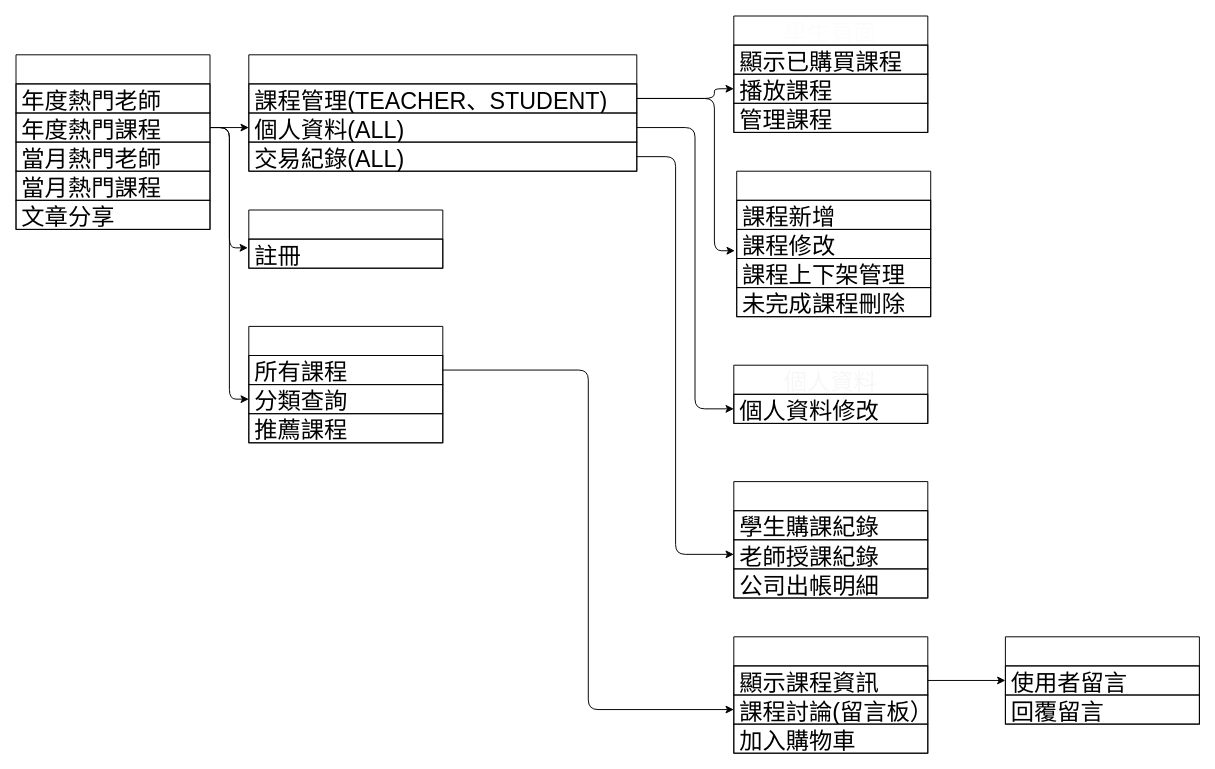
Earlier version of the draw.io diagram manual/architecture/總架構圖.drawio (IIIEDUG02/SpecialTopic). Source tidied: cells renumbered, new cells numbered last; positions are measured from the earlier drawing's top-left corner, leaving out a move shared by most shapes. Both pictures are drawn from the tidied source at 97%, with x=0, y=0 at pixel (16, 16).
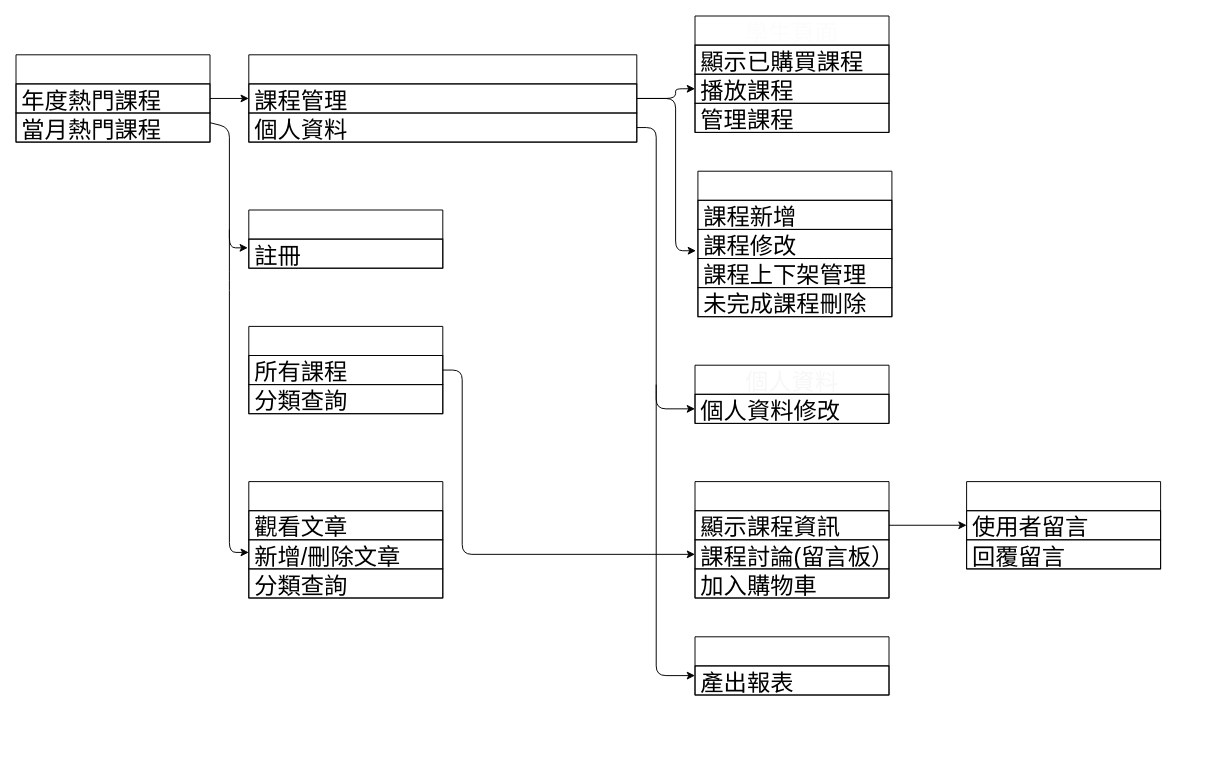
The same page after the edit.

Commit message (it also covers changes not shown here):
修改總架構圖

The change refers to these unchanged cells:
```xml
<mxCell id="10" value="課程修改" style="text;align=left;verticalAlign=middle;spacingLeft=4;spacingRight=4;overflow=hidden;points=[[0,0.5],[1,0.5]];portConstraint=eastwest;fontSize=24;strokeColor=#030303;fontColor=#000000;" parent="8" vertex="1">
  <mxGeometry y="60" width="200" height="30" as="geometry" />
</mxCell>
<mxCell id="15" value="播放課程" style="text;align=left;verticalAlign=middle;spacingLeft=4;spacingRight=4;overflow=hidden;points=[[0,0.5],[1,0.5]];portConstraint=eastwest;fontSize=24;strokeColor=#030303;fontColor=#000000;" parent="13" vertex="1">
  <mxGeometry y="60" width="200" height="30" as="geometry" />
</mxCell>
<mxCell id="22" value="所有課程" style="text;align=left;verticalAlign=middle;spacingLeft=4;spacingRight=4;overflow=hidden;points=[[0,0.5],[1,0.5]];portConstraint=eastwest;fontSize=24;strokeColor=#030303;fontColor=#000000;" parent="21" vertex="1">
  <mxGeometry y="30" width="200" height="30" as="geometry" />
</mxCell>
<mxCell id="23" value="分類查詢" style="text;align=left;verticalAlign=middle;spacingLeft=4;spacingRight=4;overflow=hidden;points=[[0,0.5],[1,0.5]];portConstraint=eastwest;fontSize=24;strokeColor=#030303;fontColor=#000000;" parent="21" vertex="1">
  <mxGeometry y="60" width="200" height="30" as="geometry" />
</mxCell>
<mxCell id="26" value="註冊" style="text;align=left;verticalAlign=middle;spacingLeft=4;spacingRight=4;overflow=hidden;points=[[0,0.5],[1,0.5]];portConstraint=eastwest;fontSize=24;strokeColor=#030303;fontColor=#000000;" parent="25" vertex="1">
  <mxGeometry y="30" width="200" height="30" as="geometry" />
</mxCell>
<mxCell id="28" value="個人資料修改" style="text;align=left;verticalAlign=middle;spacingLeft=4;spacingRight=4;overflow=hidden;points=[[0,0.5],[1,0.5]];portConstraint=eastwest;fontSize=24;strokeColor=#030303;fontColor=#000000;" parent="27" vertex="1">
  <mxGeometry y="30" width="200" height="30" as="geometry" />
</mxCell>
<mxCell id="39" value="課程討論(留言板）" style="text;align=left;verticalAlign=middle;spacingLeft=4;spacingRight=4;overflow=hidden;points=[[0,0.5],[1,0.5]];portConstraint=eastwest;fontSize=24;strokeColor=#030303;fontColor=#000000;" parent="37" vertex="1">
  <mxGeometry y="60" width="200" height="30" as="geometry" />
</mxCell>
```

Change to the diagram source:
```diff
@@
     <mxCell id="2" value="首頁" style="swimlane;fontStyle=0;horizontal=1;startSize=30;fontSize=24;strokeColor=#030303;fontColor=#FFFFFF;" parent="1" vertex="1">
-      <mxGeometry y="40" width="200" height="180" as="geometry" />
+      <mxGeometry y="40" width="200" height="90" as="geometry" />
     </mxCell>
-    <mxCell id="3" value="年度熱門老師" style="text;align=left;verticalAlign=middle;spacingLeft=4;spacingRight=4;overflow=hidden;fontSize=24;strokeColor=#030303;fontColor=#000000;" parent="2" vertex="1">
-      <mxGeometry y="30" width="200" height="30" as="geometry" />
-    </mxCell>
     <mxCell id="4" value="年度熱門課程" style="text;align=left;verticalAlign=middle;spacingLeft=4;spacingRight=4;overflow=hidden;points=[[0,0.5],[1,0.5]];portConstraint=eastwest;fontSize=24;strokeColor=#030303;fontColor=#000000;" parent="2" vertex="1">
-      <mxGeometry y="60" width="200" height="30" as="geometry" />
+      <mxGeometry y="30" width="200" height="30" as="geometry" />
     </mxCell>
-    <mxCell id="5" value="當月熱門老師" style="text;align=left;verticalAlign=middle;spacingLeft=4;spacingRight=4;overflow=hidden;fontSize=24;strokeColor=#030303;fontColor=#000000;" parent="2" vertex="1">
-      <mxGeometry y="90" width="200" height="30" as="geometry" />
-    </mxCell>
     <mxCell id="6" value="當月熱門課程" style="text;align=left;verticalAlign=middle;spacingLeft=4;spacingRight=4;overflow=hidden;fontSize=24;strokeColor=#030303;fontColor=#000000;" parent="2" vertex="1">
-      <mxGeometry y="120" width="200" height="30" as="geometry" />
+      <mxGeometry y="60" width="200" height="30" as="geometry" />
     </mxCell>
-    <mxCell id="7" value="文章分享" style="text;align=left;verticalAlign=middle;spacingLeft=4;spacingRight=4;overflow=hidden;fontSize=24;strokeColor=#030303;fontColor=#000000;" parent="2" vertex="1">
-      <mxGeometry y="150" width="200" height="30" as="geometry" />
-    </mxCell>
     <mxCell id="8" value="課程管理頁面" style="swimlane;fontStyle=0;horizontal=1;startSize=30;fontSize=24;strokeColor=#030303;fontColor=#FFFFFF;" parent="1" vertex="1">
-      <mxGeometry x="743" y="160" width="200" height="150" as="geometry" />
+      <mxGeometry x="703" y="160" width="200" height="150" as="geometry" />
     </mxCell>
@@
     <mxCell id="13" value="學生頁面" style="swimlane;fontStyle=0;horizontal=1;startSize=30;fontSize=24;strokeColor=#030303;fontColor=#FCFCFC;" parent="1" vertex="1">
-      <mxGeometry x="740" width="200" height="120" as="geometry" />
+      <mxGeometry x="700" width="200" height="120" as="geometry" />
     </mxCell>
@@
-    <mxCell id="17" value="交易紀錄" style="swimlane;fontStyle=0;horizontal=1;startSize=30;fontSize=24;strokeColor=#030303;fontColor=#FFFFFF;" parent="1" vertex="1">
-      <mxGeometry x="740" y="480" width="200" height="120" as="geometry" />
-    </mxCell>
-    <mxCell id="18" value="學生購課紀錄" style="text;align=left;verticalAlign=middle;spacingLeft=4;spacingRight=4;overflow=hidden;fontSize=24;strokeColor=#030303;fontColor=#000000;" parent="17" vertex="1">
-      <mxGeometry y="30" width="200" height="30" as="geometry" />
-    </mxCell>
-    <mxCell id="19" value="老師授課紀錄" style="text;align=left;verticalAlign=middle;spacingLeft=4;spacingRight=4;overflow=hidden;points=[[0,0.5],[1,0.5]];portConstraint=eastwest;fontSize=24;strokeColor=#030303;fontColor=#000000;" parent="17" vertex="1">
-      <mxGeometry y="60" width="200" height="30" as="geometry" />
-    </mxCell>
-    <mxCell id="20" value="公司出帳明細" style="text;align=left;verticalAlign=middle;spacingLeft=4;spacingRight=4;overflow=hidden;fontSize=24;strokeColor=#030303;fontColor=#000000;" parent="17" vertex="1">
-      <mxGeometry y="90" width="200" height="30" as="geometry" />
-    </mxCell>
     <mxCell id="21" value="課程瀏覽" style="swimlane;fontStyle=0;horizontal=1;startSize=30;fontSize=24;strokeColor=#030303;fontColor=#FFFFFF;" parent="1" vertex="1">
-      <mxGeometry x="240" y="320" width="200" height="120" as="geometry" />
+      <mxGeometry x="240" y="320" width="200" height="90" as="geometry" />
     </mxCell>
@@
-    <mxCell id="24" value="推薦課程" style="text;align=left;verticalAlign=middle;spacingLeft=4;spacingRight=4;overflow=hidden;fontSize=24;strokeColor=#030303;fontColor=#000000;" parent="21" vertex="1">
-      <mxGeometry y="90" width="200" height="30" as="geometry" />
-    </mxCell>
@@
     <mxCell id="27" value="個人資料" style="swimlane;fontStyle=0;horizontal=1;startSize=30;fontSize=24;strokeColor=#030303;fontColor=#F7F7F7;labelBackgroundColor=none;labelBorderColor=none;" parent="1" vertex="1">
-      <mxGeometry x="740" y="360" width="200" height="60" as="geometry" />
+      <mxGeometry x="700" y="360" width="200" height="60" as="geometry" />
     </mxCell>
@@
     <mxCell id="29" value="後台" style="swimlane;fontStyle=0;horizontal=1;startSize=30;fontSize=24;strokeColor=#030303;fontColor=#FFFFFF;" parent="1" vertex="1">
-      <mxGeometry x="240" y="40" width="400" height="120" as="geometry" />
+      <mxGeometry x="240" y="40" width="400" height="90" as="geometry" />
     </mxCell>
-    <mxCell id="30" value="課程管理(TEACHER、STUDENT)" style="text;align=left;verticalAlign=middle;spacingLeft=4;spacingRight=4;overflow=hidden;points=[[0,0.5],[1,0.5]];portConstraint=eastwest;fontSize=24;strokeColor=#030303;fontColor=#000000;" parent="29" vertex="1">
+    <mxCell id="30" value="課程管理" style="text;align=left;verticalAlign=middle;spacingLeft=4;spacingRight=4;overflow=hidden;points=[[0,0.5],[1,0.5]];portConstraint=eastwest;fontSize=24;strokeColor=#030303;fontColor=#000000;" parent="29" vertex="1">
       <mxGeometry y="30" width="400" height="30" as="geometry" />
     </mxCell>
-    <mxCell id="31" value="個人資料(ALL)" style="text;align=left;verticalAlign=middle;spacingLeft=4;spacingRight=4;overflow=hidden;points=[[0,0.5],[1,0.5]];portConstraint=eastwest;fontSize=24;strokeColor=#030303;fontColor=#000000;" parent="29" vertex="1">
+    <mxCell id="31" value="個人資料" style="text;align=left;verticalAlign=middle;spacingLeft=4;spacingRight=4;overflow=hidden;points=[[0,0.5],[1,0.5]];portConstraint=eastwest;fontSize=24;strokeColor=#030303;fontColor=#000000;" parent="29" vertex="1">
       <mxGeometry y="60" width="400" height="30" as="geometry" />
     </mxCell>
-    <mxCell id="32" value="交易紀錄(ALL)" style="text;align=left;verticalAlign=middle;spacingLeft=4;spacingRight=4;overflow=hidden;points=[[0,0.5],[1,0.5]];portConstraint=eastwest;fontSize=24;strokeColor=#030303;fontColor=#000000;" parent="29" vertex="1">
-      <mxGeometry y="90" width="400" height="30" as="geometry" />
-    </mxCell>
-    <mxCell id="33" style="edgeStyle=orthogonalEdgeStyle;jettySize=auto;html=1;entryX=0;entryY=0.5;entryDx=0;entryDy=0;fontSize=24;labelBackgroundColor=#EEEEEE;fontColor=#000000;strokeColor=#030303;" parent="1" edge="1" source="32" target="19">
-      <mxGeometry relative="1" as="geometry">
-        <Array as="points">
-          <mxPoint x="680" y="145" />
-          <mxPoint x="680" y="555" />
-        </Array>
-      </mxGeometry>
-    </mxCell>
     <mxCell id="34" style="edgeStyle=orthogonalEdgeStyle;jettySize=auto;html=1;entryX=0;entryY=0.5;entryDx=0;entryDy=0;fontSize=24;labelBackgroundColor=#EEEEEE;fontColor=#000000;strokeColor=#030303;" parent="1" edge="1" source="31" target="28">
       <mxGeometry relative="1" as="geometry">
         <Array as="points">
-          <mxPoint x="700" y="115" />
-          <mxPoint x="700" y="405" />
+          <mxPoint x="660" y="115" />
+          <mxPoint x="660" y="405" />
         </Array>
       </mxGeometry>
     </mxCell>
     <mxCell id="35" style="edgeStyle=orthogonalEdgeStyle;jettySize=auto;html=1;entryX=0;entryY=0.5;entryDx=0;entryDy=0;fontSize=24;labelBackgroundColor=#EEEEEE;fontColor=#000000;strokeColor=#030303;" parent="1" edge="1" source="30" target="15">
       <mxGeometry relative="1" as="geometry">
         <Array as="points">
-          <mxPoint x="720" y="85" />
-          <mxPoint x="720" y="75" />
+          <mxPoint x="680" y="85" />
+          <mxPoint x="680" y="75" />
         </Array>
       </mxGeometry>
     </mxCell>
     <mxCell id="36" style="edgeStyle=orthogonalEdgeStyle;jettySize=auto;html=1;entryX=-0.01;entryY=0.733;entryDx=0;entryDy=0;entryPerimeter=0;fontSize=24;labelBackgroundColor=#EEEEEE;fontColor=#000000;strokeColor=#030303;" parent="1" edge="1" source="30" target="10">
       <mxGeometry relative="1" as="geometry">
         <Array as="points">
-          <mxPoint x="720" y="85" />
-          <mxPoint x="720" y="242" />
+          <mxPoint x="680" y="85" />
+          <mxPoint x="680" y="242" />
         </Array>
       </mxGeometry>
     </mxCell>
     <mxCell id="37" value="單一課程的頁面" style="swimlane;fontStyle=0;horizontal=1;startSize=30;fontSize=24;strokeColor=#030303;fontColor=#FFFFFF;" parent="1" vertex="1">
-      <mxGeometry x="740" y="640" width="200" height="120" as="geometry" />
+      <mxGeometry x="700" y="480" width="200" height="120" as="geometry" />
     </mxCell>
@@
     <mxCell id="41" style="edgeStyle=orthogonalEdgeStyle;jettySize=auto;html=1;entryX=0;entryY=0.5;entryDx=0;entryDy=0;fontSize=24;labelBackgroundColor=#EEEEEE;fontColor=#000000;strokeColor=#030303;" parent="1" edge="1" source="22" target="39">
-      <mxGeometry relative="1" as="geometry" />
+      <mxGeometry relative="1" as="geometry">
+        <Array as="points">
+          <mxPoint x="460" y="365" />
+          <mxPoint x="460" y="555" />
+        </Array>
+      </mxGeometry>
     </mxCell>
     <mxCell id="42" value="留言板" style="swimlane;fontStyle=0;horizontal=1;startSize=30;fontSize=24;strokeColor=#030303;fontColor=#FFFFFF;" parent="1" vertex="1">
-      <mxGeometry x="1020" y="640" width="200" height="90" as="geometry" />
+      <mxGeometry x="980" y="480" width="200" height="90" as="geometry" />
     </mxCell>
@@
-    <mxCell id="46" style="edgeStyle=none;html=1;exitX=1;exitY=0.5;exitDx=0;exitDy=0;entryX=0;entryY=0.5;entryDx=0;entryDy=0;fontSize=24;labelBackgroundColor=#EEEEEE;fontColor=#000000;strokeColor=#030303;" parent="1" edge="1" source="4" target="31">
+    <mxCell id="46" style="edgeStyle=none;html=1;exitX=1;exitY=0.5;exitDx=0;exitDy=0;entryX=0;entryY=0.5;entryDx=0;entryDy=0;fontSize=24;labelBackgroundColor=#EEEEEE;fontColor=#000000;strokeColor=#030303;entryPerimeter=0;" parent="1" edge="1" source="4" target="30">
       <mxGeometry relative="1" as="geometry" />
     </mxCell>
-    <mxCell id="47" style="edgeStyle=none;html=1;entryX=-0.005;entryY=0.3;entryDx=0;entryDy=0;entryPerimeter=0;fontSize=24;labelBackgroundColor=#EEEEEE;fontColor=#000000;strokeColor=#030303;" parent="1" edge="1" source="4" target="26">
+    <mxCell id="47" style="edgeStyle=none;html=1;entryX=-0.005;entryY=0.3;entryDx=0;entryDy=0;entryPerimeter=0;fontSize=24;labelBackgroundColor=#EEEEEE;fontColor=#000000;strokeColor=#030303;" parent="1" edge="1" target="26">
       <mxGeometry relative="1" as="geometry">
+        <mxPoint x="200" y="110" as="sourcePoint" />
         <Array as="points">
           <mxPoint x="220" y="115" />
           <mxPoint x="220" y="239" />
         </Array>
       </mxGeometry>
     </mxCell>
-    <mxCell id="48" style="edgeStyle=none;html=1;entryX=0;entryY=0.5;entryDx=0;entryDy=0;fontSize=24;labelBackgroundColor=#EEEEEE;fontColor=#000000;strokeColor=#030303;" parent="1" edge="1" source="4" target="23">
-      <mxGeometry relative="1" as="geometry">
-        <Array as="points">
-          <mxPoint x="220" y="115" />
-          <mxPoint x="220" y="395" />
-        </Array>
-      </mxGeometry>
-    </mxCell>
+    <mxCell id="7" value="文章分享" style="swimlane;fontStyle=0;horizontal=1;startSize=30;fontSize=24;strokeColor=#030303;fontColor=#FFFFFF;" parent="1" vertex="1">
+      <mxGeometry x="240" y="480" width="200" height="120" as="geometry" />
+    </mxCell>
+    <mxCell id="49" value="觀看文章" style="text;align=left;verticalAlign=middle;spacingLeft=4;spacingRight=4;overflow=hidden;fontSize=24;strokeColor=#030303;fontColor=#000000;" parent="7" vertex="1">
+      <mxGeometry y="30" width="200" height="30" as="geometry" />
+    </mxCell>
+    <mxCell id="50" value="新增/刪除文章" style="text;align=left;verticalAlign=middle;spacingLeft=4;spacingRight=4;overflow=hidden;fontSize=24;strokeColor=#030303;fontColor=#000000;" parent="7" vertex="1">
+      <mxGeometry y="60" width="200" height="30" as="geometry" />
+    </mxCell>
+    <mxCell id="51" value="分類查詢" style="text;align=left;verticalAlign=middle;spacingLeft=4;spacingRight=4;overflow=hidden;fontSize=24;strokeColor=#030303;fontColor=#000000;" parent="7" vertex="1">
+      <mxGeometry y="90" width="200" height="30" as="geometry" />
+    </mxCell>
+    <mxCell id="52" style="edgeStyle=none;html=1;entryX=0;entryY=0.5;entryDx=0;entryDy=0;fontSize=24;labelBackgroundColor=#EEEEEE;fontColor=#000000;strokeColor=#030303;" parent="1" edge="1">
+      <mxGeometry relative="1" as="geometry">
+        <mxPoint x="220" y="220" as="sourcePoint" />
+        <mxPoint x="240" y="553" as="targetPoint" />
+        <Array as="points">
+          <mxPoint x="220" y="273" />
+          <mxPoint x="220" y="553" />
+        </Array>
+      </mxGeometry>
+    </mxCell>
+    <mxCell id="53" value="統計分析" style="swimlane;fontStyle=0;horizontal=1;startSize=30;fontSize=24;strokeColor=#030303;fontColor=#FFFFFF;" parent="1" vertex="1">
+      <mxGeometry x="700" y="640" width="200" height="60" as="geometry" />
+    </mxCell>
+    <mxCell id="54" value="產出報表" style="text;align=left;verticalAlign=middle;spacingLeft=4;spacingRight=4;overflow=hidden;fontSize=24;strokeColor=#030303;fontColor=#000000;" parent="53" vertex="1">
+      <mxGeometry y="30" width="200" height="30" as="geometry" />
+    </mxCell>
+    <mxCell id="55" style="edgeStyle=orthogonalEdgeStyle;orthogonalLoop=1;jettySize=auto;html=1;entryX=0;entryY=0.5;entryDx=0;entryDy=0;fontSize=24;labelBackgroundColor=#EEEEEE;fontColor=#000000;strokeColor=#030303;" parent="1" edge="1">
+      <mxGeometry relative="1" as="geometry">
+        <mxPoint x="660" y="380" as="sourcePoint" />
+        <mxPoint x="700" y="680" as="targetPoint" />
+        <Array as="points">
+          <mxPoint x="660" y="390" />
+          <mxPoint x="660" y="680" />
+        </Array>
+      </mxGeometry>
+    </mxCell>
```
